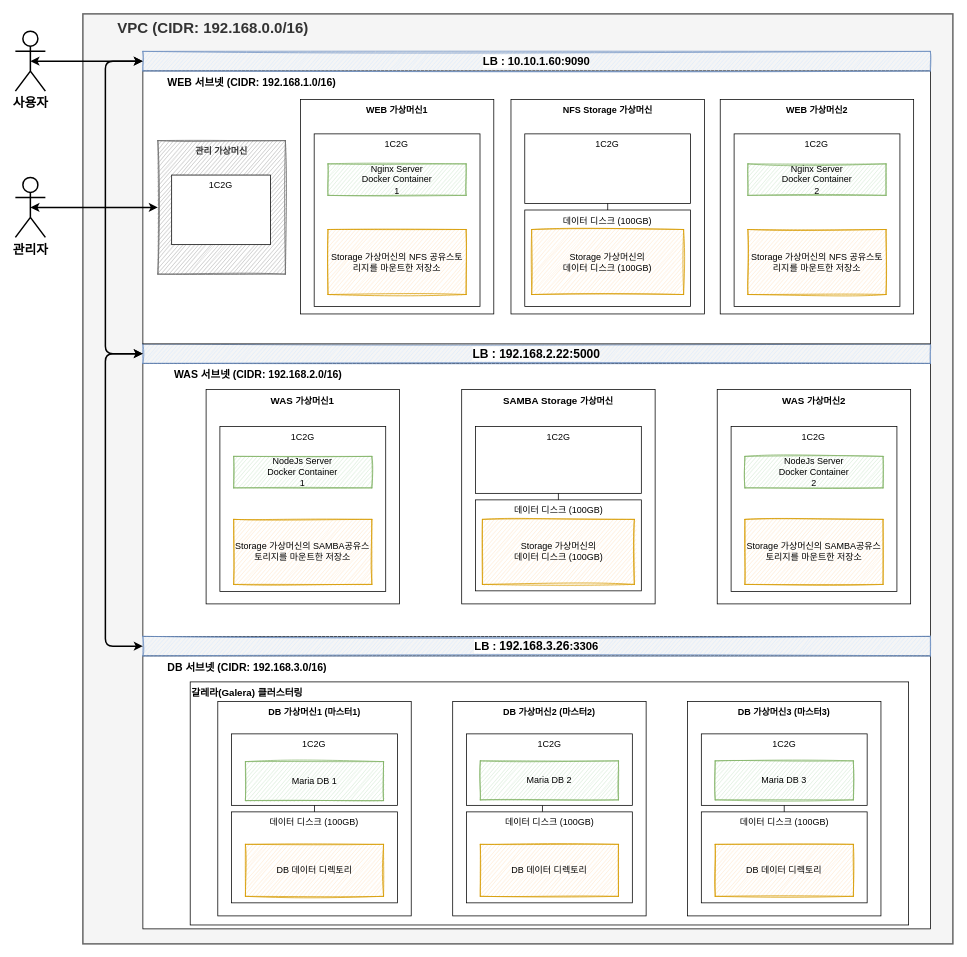
The draw.io diagram page "linux 3tier" (1 of 2) of docs/assets/drowio/3-Tier-architecture.drawio in ablecloud-team/ablestack-docs, before the edit. Source tidied: cells renumbered, new cells numbered last; positions are measured from the earlier drawing's top-left corner, leaving out a move shared by most shapes. Both pictures are drawn from the tidied source at 75%, with x=0, y=0 at pixel (15, 14).
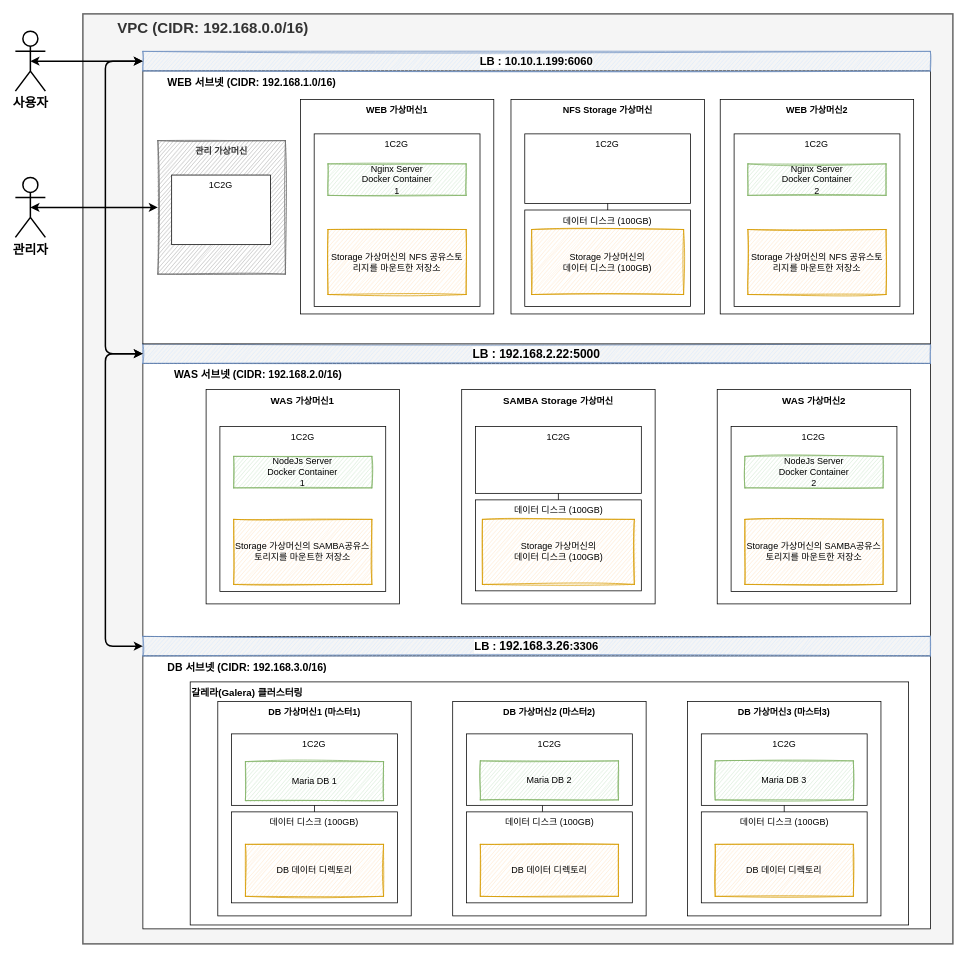
Above is the later version.

Unchanged cells that the change refers to:
```xml
<mxCell id="5" style="group;" parent="1" vertex="1">
  <mxGeometry x="170" y="50" width="1050" height="1170" as="geometry" />
</mxCell>
```

The edit, as a diff of the source:
```diff
@@
-    <mxCell id="29" value="&lt;font style=&quot;font-size: 15px;&quot;&gt;&lt;b&gt;LB :&amp;nbsp;&lt;span style=&quot;background-color: rgb(248, 249, 250);&quot;&gt;10.10.1.60:9090&lt;/span&gt;&lt;/b&gt;&lt;/font&gt;" style="rounded=0;whiteSpace=wrap;html=1;labelBackgroundColor=#ffffff;fillColor=#dae8fc;strokeColor=#6c8ebf;sketch=1;fontSize=13;" parent="5" vertex="1">
+    <mxCell id="29" value="&lt;font style=&quot;font-size: 15px;&quot;&gt;&lt;b&gt;LB :&amp;nbsp;&lt;span style=&quot;background-color: rgb(248, 249, 250);&quot;&gt;10.10.1.199:6060&lt;/span&gt;&lt;/b&gt;&lt;/font&gt;" style="rounded=0;whiteSpace=wrap;html=1;labelBackgroundColor=#ffffff;fillColor=#dae8fc;strokeColor=#6c8ebf;sketch=1;fontSize=13;" parent="5" vertex="1">
       <mxGeometry width="1050" height="26" as="geometry" />
     </mxCell>
```
